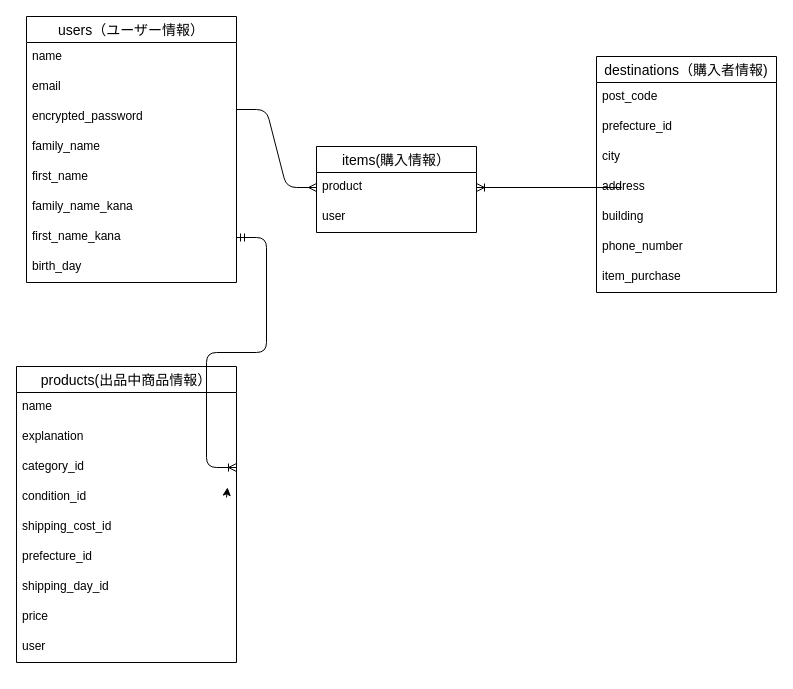
This is furima.dio from pyonkichi0628/furima-38835, a draw.io file, before an edit. Source tidied: cells renumbered, new cells numbered last; positions are measured from the earlier drawing's top-left corner, leaving out a move shared by most shapes. Both pictures are drawn from the tidied source at 100%, with x=0, y=0 at pixel (16, 16).
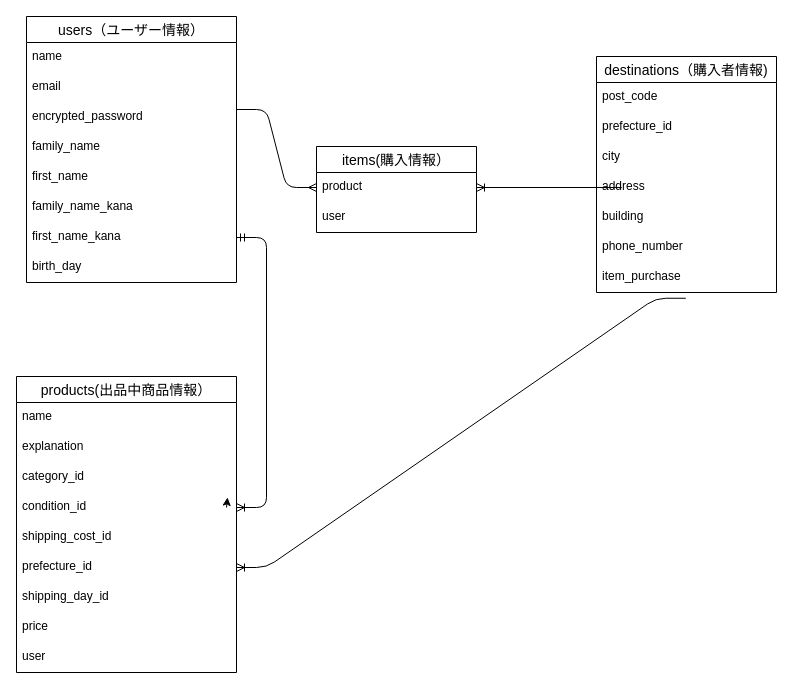
The same diagram, later.

Commit message (it also covers changes not shown here):
データベース設計_修正11

Unchanged cells that the change refers to:
```xml
<mxCell id="9" value="first_name_kana" style="text;strokeColor=none;fillColor=none;spacingLeft=4;spacingRight=4;overflow=hidden;points=[[0,0.5],[1,0.5]];portConstraint=eastwest;fontSize=12;" parent="2" vertex="1">
  <mxGeometry y="206" width="210" height="30" as="geometry" />
</mxCell>
<mxCell id="18" value="item_purchase" style="text;strokeColor=none;fillColor=none;spacingLeft=4;spacingRight=4;overflow=hidden;points=[[0,0.5],[1,0.5]];portConstraint=eastwest;fontSize=12;" parent="11" vertex="1">
  <mxGeometry y="206" width="180" height="30" as="geometry" />
</mxCell>
<mxCell id="23" value="condition_id" style="text;strokeColor=none;fillColor=none;spacingLeft=4;spacingRight=4;overflow=hidden;points=[[0,0.5],[1,0.5]];portConstraint=eastwest;fontSize=12;" parent="19" vertex="1">
  <mxGeometry y="116" width="220" height="30" as="geometry" />
</mxCell>
<mxCell id="25" value="prefecture_id" style="text;strokeColor=none;fillColor=none;spacingLeft=4;spacingRight=4;overflow=hidden;points=[[0,0.5],[1,0.5]];portConstraint=eastwest;fontSize=12;" parent="19" vertex="1">
  <mxGeometry y="176" width="220" height="30" as="geometry" />
</mxCell>
```

Diff of the diagram source:
```diff
@@
     <mxCell id="19" value="products(出品中商品情報）" style="swimlane;fontStyle=0;horizontal=1;startSize=26;align=center;fontSize=14;" parent="1" vertex="1">
-      <mxGeometry y="350" width="220" height="296" as="geometry" />
+      <mxGeometry y="360" width="220" height="296" as="geometry" />
     </mxCell>
@@
-    <mxCell id="30" style="edgeStyle=entityRelationEdgeStyle;fontSize=12;html=1;endArrow=ERoneToMany;startArrow=ERmandOne;exitX=1;exitY=0.5;exitDx=0;exitDy=0;" parent="1" edge="1" source="9">
-      <mxGeometry relative="1" as="geometry">
-        <mxPoint x="220" y="451" as="targetPoint" />
-      </mxGeometry>
+    <mxCell id="30" style="edgeStyle=entityRelationEdgeStyle;fontSize=12;html=1;endArrow=ERoneToMany;startArrow=ERmandOne;exitX=1;exitY=0.5;exitDx=0;exitDy=0;entryX=1;entryY=0.5;entryDx=0;entryDy=0;" parent="1" edge="1" source="9" target="23">
+      <mxGeometry relative="1" as="geometry" />
     </mxCell>
@@
+    <mxCell id="36" style="edgeStyle=entityRelationEdgeStyle;fontSize=12;html=1;endArrow=ERoneToMany;entryX=1;entryY=0.5;entryDx=0;entryDy=0;exitX=0.496;exitY=1.192;exitDx=0;exitDy=0;exitPerimeter=0;" parent="1" edge="1" source="18" target="25">
+      <mxGeometry relative="1" as="geometry" />
+    </mxCell>
```
